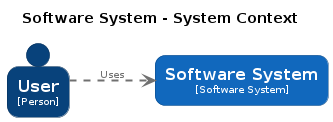
Before: docs/diagrams/structurizr-SystemContext-001.png, a diagram exported from PlantUML (axsilva1991/structurizr_dsl_pratice).
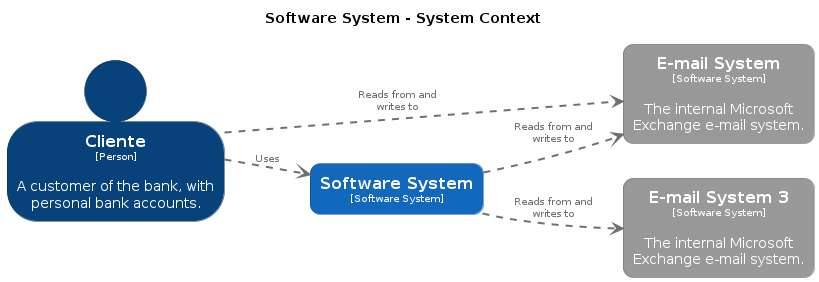
The same diagram one commit later.

Commit message:
chores(C4 diagrams): Update Structurizr diagrams

Diff of the diagram source:
```diff
@@ -13,6 +13,26 @@
 
 hide stereotype
 
+skinparam person<<Cliente>> {
+  BackgroundColor #08427b
+  FontColor #ffffff
+  BorderColor #052e56
+  shadowing false
+}
+skinparam rectangle<<EmailSystem>> {
+  BackgroundColor #999999
+  FontColor #ffffff
+  BorderColor #6b6b6b
+  roundCorner 20
+  shadowing false
+}
+skinparam rectangle<<EmailSystem3>> {
+  BackgroundColor #999999
+  FontColor #ffffff
+  BorderColor #6b6b6b
+  roundCorner 20
+  shadowing false
+}
 skinparam rectangle<<SoftwareSystem>> {
   BackgroundColor #1168bd
   FontColor #ffffff
@@ -20,15 +40,14 @@
   roundCorner 20
   shadowing false
 }
-skinparam person<<User>> {
-  BackgroundColor #08427b
-  FontColor #ffffff
-  BorderColor #052e56
-  shadowing false
-}
 
-person "==User\n<size:10>[Person]</size>" <<User>> as User
+person "==Cliente\n<size:10>[Person]</size>\n\nA customer of the bank, with personal bank accounts." <<Cliente>> as Cliente
+rectangle "==E-mail System\n<size:10>[Software System]</size>\n\nThe internal Microsoft Exchange e-mail system." <<EmailSystem>> as EmailSystem
+rectangle "==E-mail System 3\n<size:10>[Software System]</size>\n\nThe internal Microsoft Exchange e-mail system." <<EmailSystem3>> as EmailSystem3
 rectangle "==Software System\n<size:10>[Software System]</size>" <<SoftwareSystem>> as SoftwareSystem
 
-User .[#707070,thickness=2].> SoftwareSystem : "<color:#707070>Uses"
+SoftwareSystem .[#707070,thickness=2].> EmailSystem : "<color:#707070>Reads from and writes to"
+SoftwareSystem .[#707070,thickness=2].> EmailSystem3 : "<color:#707070>Reads from and writes to"
+Cliente .[#707070,thickness=2].> SoftwareSystem : "<color:#707070>Uses"
+Cliente .[#707070,thickness=2].> EmailSystem : "<color:#707070>Reads from and writes to"
 @enduml
```
